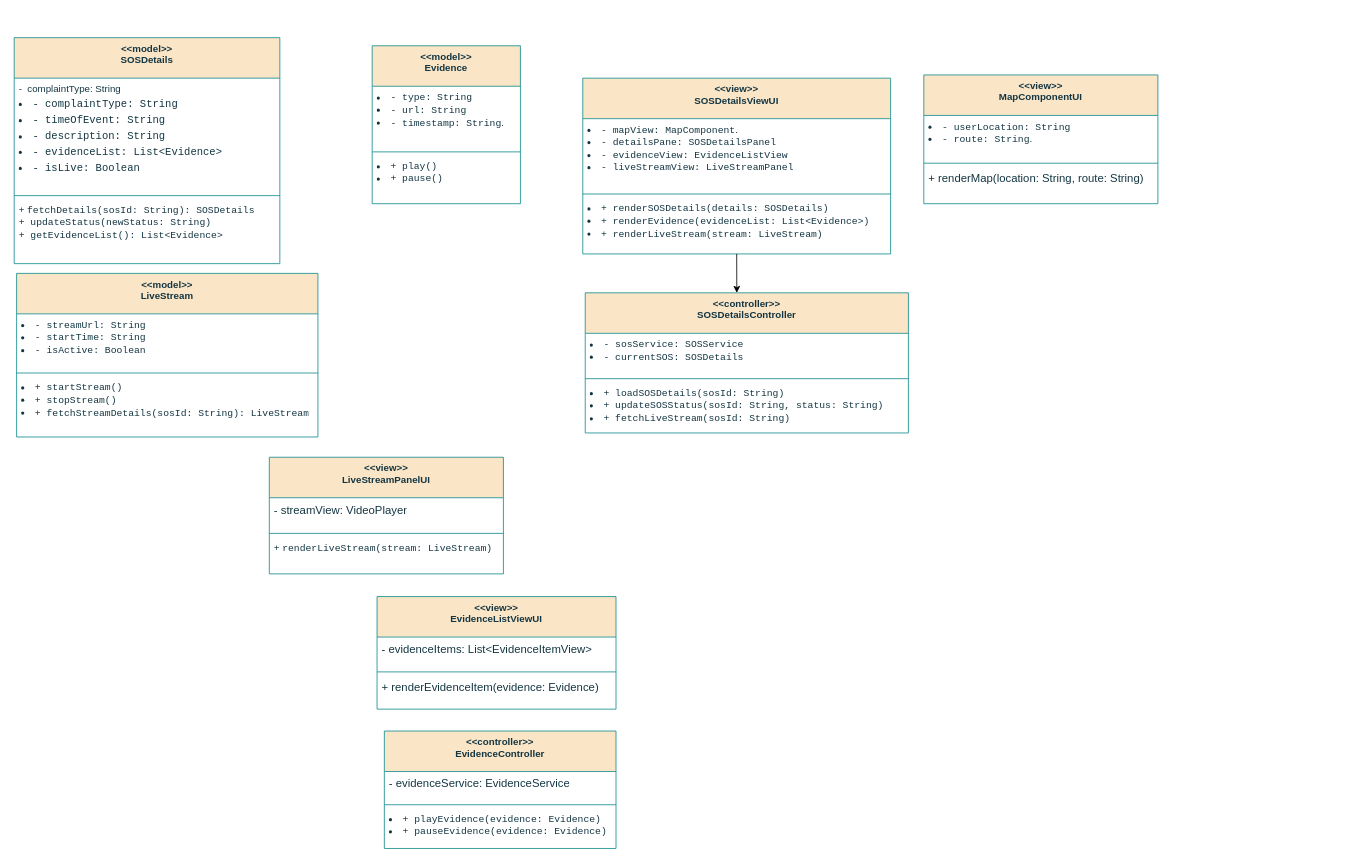
The draw.io diagram page "10. Agent View Details (Live)" (10 of 13) of Untitled Diagram.drawio in TH-014/CSE_326, before the edit. Source tidied: cells renumbered, new cells numbered last; positions are measured from the earlier drawing's top-left corner, leaving out a move shared by most shapes. Both pictures are drawn from the tidied source at 81%, with x=0, y=0 at pixel (14, 37).
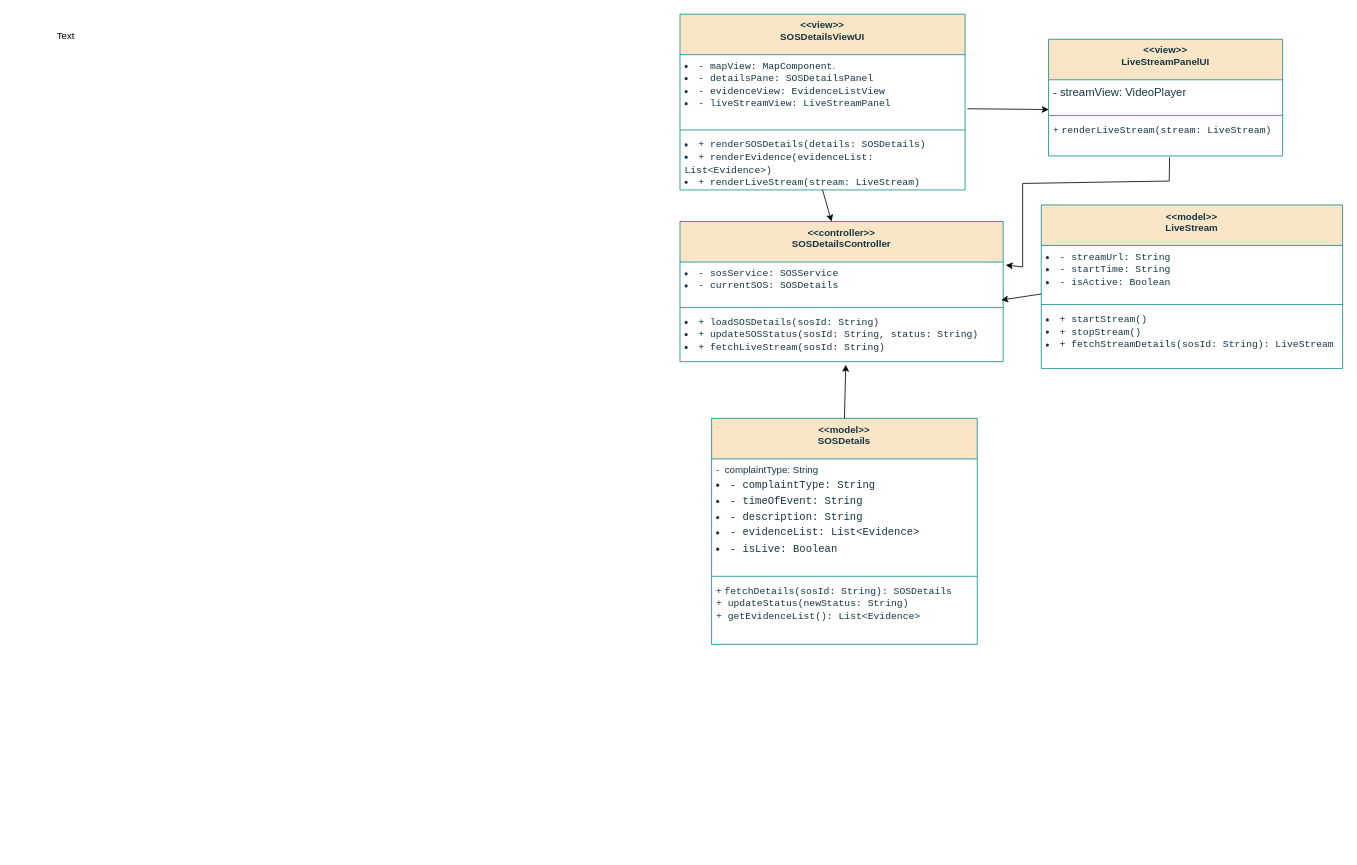
After the change.

The change refers to these unchanged cells:
```xml
<mxCell id="11" value="&lt;li&gt;&lt;code&gt;- streamUrl: String&lt;/code&gt;&lt;/li&gt;&lt;li&gt;&lt;code&gt;- startTime: String&lt;/code&gt;&lt;/li&gt;&lt;li&gt;&lt;code&gt;- isActive: Boolean&lt;/code&gt;&lt;/li&gt;" style="text;strokeColor=none;fillColor=none;align=left;verticalAlign=top;spacingLeft=4;spacingRight=4;overflow=hidden;points=[[0,0.5],[1,0.5]];portConstraint=eastwest;whiteSpace=wrap;html=1;fontColor=#143642;" parent="10" vertex="1">
  <mxGeometry y="50" width="372" height="69" as="geometry" />
</mxCell>
<mxCell id="23" value="&lt;font style=&quot;font-size: 14px;&quot;&gt;- streamView: VideoPlayer&lt;/font&gt;" style="text;strokeColor=none;fillColor=none;align=left;verticalAlign=top;spacingLeft=4;spacingRight=4;overflow=hidden;points=[[0,0.5],[1,0.5]];portConstraint=eastwest;whiteSpace=wrap;html=1;fontColor=#143642;" parent="22" vertex="1">
  <mxGeometry y="50" width="289" height="40" as="geometry" />
</mxCell>
<mxCell id="25" value="+ &lt;code&gt;renderLiveStream(stream: LiveStream)&lt;br&gt;&lt;/code&gt;" style="text;strokeColor=none;fillColor=none;align=left;verticalAlign=top;spacingLeft=4;spacingRight=4;overflow=hidden;points=[[0,0.5],[1,0.5]];portConstraint=eastwest;whiteSpace=wrap;html=1;fontColor=#143642;" parent="22" vertex="1">
  <mxGeometry y="98" width="289" height="46" as="geometry" />
</mxCell>
<mxCell id="27" value="&lt;li&gt;&lt;code&gt;- sosService: SOSService&lt;/code&gt;&lt;/li&gt;&lt;li&gt;&lt;code&gt;- currentSOS: SOSDetails&lt;/code&gt;&lt;/li&gt;" style="text;strokeColor=none;fillColor=none;align=left;verticalAlign=top;spacingLeft=4;spacingRight=4;overflow=hidden;points=[[0,0.5],[1,0.5]];portConstraint=eastwest;whiteSpace=wrap;html=1;fontColor=#143642;" parent="26" vertex="1">
  <mxGeometry y="50" width="399" height="52" as="geometry" />
</mxCell>
<mxCell id="29" value="&lt;li&gt;&lt;code&gt;+ loadSOSDetails(sosId: String)&lt;/code&gt;&lt;code&gt;&lt;/code&gt;&lt;/li&gt;&lt;li&gt;&lt;code&gt;+ updateSOSStatus(sosId: String, status: String)&lt;/code&gt;&lt;code&gt;&lt;/code&gt;&lt;/li&gt;&lt;li&gt;&lt;code&gt;+ fetchLiveStream(sosId: String)&lt;/code&gt;&lt;br&gt;&lt;/li&gt;" style="text;strokeColor=none;fillColor=none;align=left;verticalAlign=top;spacingLeft=4;spacingRight=4;overflow=hidden;points=[[0,0.5],[1,0.5]];portConstraint=eastwest;whiteSpace=wrap;html=1;fontColor=#143642;" parent="26" vertex="1">
  <mxGeometry y="110" width="399" height="63" as="geometry" />
</mxCell>
```

Change to the diagram source:
```diff
@@
     <mxCell id="2" value="&lt;div&gt;&amp;lt;&amp;lt;model&amp;gt;&amp;gt;&lt;/div&gt;&lt;div&gt;SOSDetails&lt;br&gt;&lt;/div&gt;" style="swimlane;fontStyle=1;align=center;verticalAlign=top;horizontal=1;startSize=50;whiteSpace=wrap;html=1;strokeColor=#0F8B8D;fontColor=#143642;fillColor=#FAE5C7;" parent="1" vertex="1">
-      <mxGeometry width="328" height="279" as="geometry" />
+      <mxGeometry x="861" y="470" width="328" height="279" as="geometry" />
     </mxCell>
@@
-    <mxCell id="6" value="&lt;div&gt;&amp;lt;&amp;lt;model&amp;gt;&amp;gt;&lt;/div&gt;&lt;div&gt;Evidence&lt;br&gt;&lt;/div&gt;" style="swimlane;fontStyle=1;align=center;verticalAlign=top;horizontal=1;startSize=50;whiteSpace=wrap;html=1;strokeColor=#0F8B8D;fontColor=#143642;fillColor=#FAE5C7;" parent="1" vertex="1">
-      <mxGeometry x="442" y="10" width="183" height="195" as="geometry" />
-    </mxCell>
-    <mxCell id="7" value="&lt;li&gt;&lt;code&gt;- type: String&lt;/code&gt;&lt;/li&gt;&lt;li&gt;&lt;code&gt;- url: String&lt;/code&gt;&lt;/li&gt;&lt;li&gt;&lt;code&gt;- timestamp: String&lt;/code&gt;.&lt;/li&gt;" style="text;strokeColor=none;fillColor=none;align=left;verticalAlign=top;spacingLeft=4;spacingRight=4;overflow=hidden;whiteSpace=wrap;html=1;fontColor=#143642;" parent="6" vertex="1">
-      <mxGeometry y="50" width="183" height="77" as="geometry" />
-    </mxCell>
-    <mxCell id="8" style="line;strokeWidth=1;fillColor=none;align=left;verticalAlign=middle;spacingTop=-1;spacingLeft=3;spacingRight=3;labelPosition=right;strokeColor=inherit;fontColor=#143642;" parent="6" vertex="1">
-      <mxGeometry y="127" width="183" height="8" as="geometry" />
-    </mxCell>
-    <mxCell id="9" value="&lt;li&gt;&lt;code&gt;+ play()&lt;/code&gt;&lt;/li&gt;&lt;li&gt;&lt;code&gt;+ pause()&lt;/code&gt;&lt;/li&gt;" style="text;strokeColor=none;fillColor=none;align=left;verticalAlign=top;spacingLeft=4;spacingRight=4;overflow=hidden;whiteSpace=wrap;html=1;fontColor=#143642;" parent="6" vertex="1">
-      <mxGeometry y="135" width="183" height="60" as="geometry" />
-    </mxCell>
     <mxCell id="10" value="&lt;div&gt;&amp;lt;&amp;lt;model&amp;gt;&amp;gt;&lt;/div&gt;&lt;div&gt; LiveStream&lt;/div&gt;" style="swimlane;fontStyle=1;align=center;verticalAlign=top;horizontal=1;startSize=50;whiteSpace=wrap;html=1;strokeColor=#0F8B8D;fontColor=#143642;fillColor=#FAE5C7;" parent="1" vertex="1">
-      <mxGeometry x="3" y="291" width="372" height="202" as="geometry" />
+      <mxGeometry x="1268" y="206.5" width="372" height="202" as="geometry" />
     </mxCell>
@@
     <mxCell id="14" value="&lt;div&gt;&amp;lt;&amp;lt;view&amp;gt;&amp;gt;&lt;/div&gt;&lt;div&gt; SOSDetailsViewUI&lt;/div&gt;" style="swimlane;fontStyle=1;align=center;verticalAlign=top;horizontal=1;startSize=50;whiteSpace=wrap;html=1;strokeColor=#0F8B8D;fontColor=#143642;fillColor=#FAE5C7;" parent="1" vertex="1">
-      <mxGeometry x="702" y="50" width="380" height="217" as="geometry" />
+      <mxGeometry x="822" y="-29" width="352" height="217" as="geometry" />
     </mxCell>
     <mxCell id="15" value="&lt;li&gt;&lt;code&gt;- mapView: MapComponent&lt;/code&gt;.&lt;/li&gt;&lt;li&gt;&lt;code&gt;- detailsPane: SOSDetailsPanel&lt;/code&gt;&lt;br&gt;&lt;/li&gt;&lt;li&gt;&lt;code&gt;- evidenceView: EvidenceListView&lt;/code&gt;&lt;br&gt;&lt;/li&gt;&lt;li&gt;&lt;code&gt;- liveStreamView: LiveStreamPanel&lt;/code&gt;&lt;br&gt;&lt;/li&gt;" style="text;strokeColor=none;fillColor=none;align=left;verticalAlign=top;spacingLeft=4;spacingRight=4;overflow=hidden;points=[[0,0.5],[1,0.5]];portConstraint=eastwest;whiteSpace=wrap;html=1;fontColor=#143642;" parent="14" vertex="1">
-      <mxGeometry y="50" width="380" height="89" as="geometry" />
+      <mxGeometry y="50" width="352" height="89" as="geometry" />
     </mxCell>
     <mxCell id="16" style="line;strokeWidth=1;fillColor=none;align=left;verticalAlign=middle;spacingTop=-1;spacingLeft=3;spacingRight=3;labelPosition=right;strokeColor=inherit;fontColor=#143642;" parent="14" vertex="1">
-      <mxGeometry y="139" width="380" height="8" as="geometry" />
+      <mxGeometry y="139" width="352" height="8" as="geometry" />
     </mxCell>
     <mxCell id="17" value="&lt;li&gt;&lt;code&gt;+ renderSOSDetails(details: SOSDetails)&lt;/code&gt;&lt;br&gt;&lt;/li&gt;&lt;li&gt;&lt;code&gt;+ renderEvidence(evidenceList: List&amp;lt;Evidence&amp;gt;)&lt;/code&gt;&lt;br&gt;&lt;/li&gt;&lt;li&gt;&lt;code&gt;+ renderLiveStream(stream: LiveStream)&lt;/code&gt;&lt;br&gt;&lt;/li&gt;" style="text;strokeColor=none;fillColor=none;align=left;verticalAlign=top;spacingLeft=4;spacingRight=4;overflow=hidden;whiteSpace=wrap;html=1;fontColor=#143642;" parent="14" vertex="1">
-      <mxGeometry y="147" width="380" height="70" as="geometry" />
+      <mxGeometry y="147" width="352" height="70" as="geometry" />
     </mxCell>
-    <mxCell id="18" value="&lt;div&gt;&amp;lt;&amp;lt;view&amp;gt;&amp;gt;&lt;/div&gt;&lt;div&gt;MapComponentUI&lt;/div&gt;" style="swimlane;fontStyle=1;align=center;verticalAlign=top;horizontal=1;startSize=50;whiteSpace=wrap;html=1;strokeColor=#0F8B8D;fontColor=#143642;fillColor=#FAE5C7;" parent="1" vertex="1">
-      <mxGeometry x="1123" y="46" width="289" height="159" as="geometry" />
-    </mxCell>
-    <mxCell id="19" value="&lt;li&gt;&lt;code&gt;- userLocation: String&lt;/code&gt;&lt;/li&gt;&lt;li&gt;&lt;code&gt;- route: String&lt;/code&gt;.&lt;/li&gt;" style="text;strokeColor=none;fillColor=none;align=left;verticalAlign=top;spacingLeft=4;spacingRight=4;overflow=hidden;whiteSpace=wrap;html=1;fontColor=#143642;" parent="18" vertex="1">
-      <mxGeometry y="50" width="289" height="55" as="geometry" />
-    </mxCell>
-    <mxCell id="20" style="line;strokeWidth=1;fillColor=none;align=left;verticalAlign=middle;spacingTop=-1;spacingLeft=3;spacingRight=3;labelPosition=right;strokeColor=inherit;fontColor=#143642;" parent="18" vertex="1">
-      <mxGeometry y="105" width="289" height="8" as="geometry" />
-    </mxCell>
-    <mxCell id="21" value="&lt;font style=&quot;font-size: 14px;&quot;&gt;+ renderMap(location: String, route: String)&lt;/font&gt;" style="text;strokeColor=none;fillColor=none;align=left;verticalAlign=top;spacingLeft=4;spacingRight=4;overflow=hidden;whiteSpace=wrap;html=1;fontColor=#143642;" parent="18" vertex="1">
-      <mxGeometry y="113" width="289" height="46" as="geometry" />
-    </mxCell>
     <mxCell id="22" value="&lt;div&gt;&amp;lt;&amp;lt;view&amp;gt;&amp;gt;&lt;/div&gt;&lt;div&gt;LiveStreamPanelUI&lt;/div&gt;" style="swimlane;fontStyle=1;align=center;verticalAlign=top;horizontal=1;startSize=50;whiteSpace=wrap;html=1;strokeColor=#0F8B8D;fontColor=#143642;fillColor=#FAE5C7;" parent="1" vertex="1">
-      <mxGeometry x="315" y="518" width="289" height="144" as="geometry" />
+      <mxGeometry x="1277" y="2" width="289" height="144" as="geometry" />
     </mxCell>
@@
     <mxCell id="26" value="&lt;div&gt;&amp;lt;&amp;lt;controller&amp;gt;&amp;gt;&lt;/div&gt;&lt;div&gt;SOSDetailsController&lt;/div&gt;" style="swimlane;fontStyle=1;align=center;verticalAlign=top;horizontal=1;startSize=50;whiteSpace=wrap;html=1;strokeColor=#0F8B8D;fontColor=#143642;fillColor=#FAE5C7;" parent="1" vertex="1">
-      <mxGeometry x="705" y="315" width="399" height="173" as="geometry" />
+      <mxGeometry x="822" y="227" width="399" height="173" as="geometry" />
     </mxCell>
@@
-    <mxCell id="30" value="&lt;div&gt;&amp;lt;&amp;lt;controller&amp;gt;&amp;gt;&lt;/div&gt;&lt;div&gt; EvidenceController&lt;/div&gt;" style="swimlane;fontStyle=1;align=center;verticalAlign=top;horizontal=1;startSize=50;whiteSpace=wrap;html=1;strokeColor=#0F8B8D;fontColor=#143642;fillColor=#FAE5C7;" parent="1" vertex="1">
-      <mxGeometry x="457" y="856" width="286" height="145" as="geometry" />
-    </mxCell>
-    <mxCell id="31" value="&lt;font style=&quot;font-size: 14px;&quot;&gt;- evidenceService: EvidenceService&lt;/font&gt;" style="text;strokeColor=none;fillColor=none;align=left;verticalAlign=top;spacingLeft=4;spacingRight=4;overflow=hidden;whiteSpace=wrap;html=1;fontColor=#143642;" parent="30" vertex="1">
-      <mxGeometry y="50" width="286" height="37" as="geometry" />
-    </mxCell>
-    <mxCell id="32" style="line;strokeWidth=1;fillColor=none;align=left;verticalAlign=middle;spacingTop=-1;spacingLeft=3;spacingRight=3;labelPosition=right;strokeColor=inherit;fontColor=#143642;" parent="30" vertex="1">
-      <mxGeometry y="87" width="286" height="8" as="geometry" />
-    </mxCell>
-    <mxCell id="33" value="&lt;li&gt;&lt;code&gt;+ playEvidence(evidence: Evidence)&lt;/code&gt;&lt;br&gt;&lt;/li&gt;&lt;li&gt;&lt;code&gt;+ pauseEvidence(evidence: Evidence)&lt;/code&gt;&lt;/li&gt;" style="text;strokeColor=none;fillColor=none;align=left;verticalAlign=top;spacingLeft=4;spacingRight=4;overflow=hidden;whiteSpace=wrap;html=1;fontColor=#143642;" parent="30" vertex="1">
-      <mxGeometry y="95" width="286" height="50" as="geometry" />
-    </mxCell>
-    <mxCell id="34" value="&lt;div&gt;&amp;lt;&amp;lt;view&amp;gt;&amp;gt;&lt;/div&gt;&lt;div&gt;EvidenceListViewUI&lt;/div&gt;" style="swimlane;fontStyle=1;align=center;verticalAlign=top;horizontal=1;startSize=50;whiteSpace=wrap;html=1;strokeColor=#0F8B8D;fontColor=#143642;fillColor=#FAE5C7;" parent="1" vertex="1">
-      <mxGeometry x="448" y="690" width="295" height="139" as="geometry" />
-    </mxCell>
-    <mxCell id="35" value="&lt;font style=&quot;font-size: 14px;&quot;&gt;- evidenceItems: List&amp;lt;EvidenceItemView&amp;gt;&lt;/font&gt;" style="text;strokeColor=none;fillColor=none;align=left;verticalAlign=top;spacingLeft=4;spacingRight=4;overflow=hidden;whiteSpace=wrap;html=1;fontColor=#143642;" parent="34" vertex="1">
-      <mxGeometry y="50" width="295" height="39" as="geometry" />
-    </mxCell>
-    <mxCell id="36" style="line;strokeWidth=1;fillColor=none;align=left;verticalAlign=middle;spacingTop=-1;spacingLeft=3;spacingRight=3;labelPosition=right;strokeColor=inherit;fontColor=#143642;" parent="34" vertex="1">
-      <mxGeometry y="89" width="295" height="8" as="geometry" />
-    </mxCell>
-    <mxCell id="37" value="&lt;font style=&quot;font-size: 14px;&quot;&gt;+ renderEvidenceItem(evidence: Evidence)&lt;/font&gt;" style="text;strokeColor=none;fillColor=none;align=left;verticalAlign=top;spacingLeft=4;spacingRight=4;overflow=hidden;whiteSpace=wrap;html=1;fontColor=#143642;" parent="34" vertex="1">
-      <mxGeometry y="97" width="295" height="42" as="geometry" />
-    </mxCell>
@@
+    <mxCell id="39" value="Text" style="text;html=1;align=center;verticalAlign=middle;whiteSpace=wrap;rounded=0;" parent="1" vertex="1">
+      <mxGeometry x="34" y="-17" width="60" height="30" as="geometry" />
+    </mxCell>
+    <mxCell id="40" style="endArrow=classic;html=1;rounded=0;exitX=1.008;exitY=0.75;exitDx=0;exitDy=0;exitPerimeter=0;entryX=0.001;entryY=0.918;entryDx=0;entryDy=0;entryPerimeter=0;" parent="1" edge="1" source="15" target="23">
+      <mxGeometry relative="1" as="geometry" />
+    </mxCell>
+    <mxCell id="41" style="endArrow=classic;html=1;rounded=0;exitX=0;exitY=0.869;exitDx=0;exitDy=0;exitPerimeter=0;entryX=0.994;entryY=0.902;entryDx=0;entryDy=0;entryPerimeter=0;" parent="1" edge="1" source="11" target="27">
+      <mxGeometry relative="1" as="geometry" />
+    </mxCell>
+    <mxCell id="42" style="endArrow=classic;html=1;rounded=0;exitX=0.517;exitY=1.039;exitDx=0;exitDy=0;exitPerimeter=0;entryX=1.008;entryY=0.072;entryDx=0;entryDy=0;entryPerimeter=0;" parent="1" edge="1" source="25" target="27">
+      <mxGeometry relative="1" as="geometry">
+        <Array as="points">
+          <mxPoint x="1426" y="177" />
+          <mxPoint x="1245" y="180" />
+          <mxPoint x="1245" y="283" />
+        </Array>
+      </mxGeometry>
+    </mxCell>
+    <mxCell id="43" style="endArrow=classic;html=1;rounded=0;entryX=0.513;entryY=1.06;entryDx=0;entryDy=0;entryPerimeter=0;exitX=0.5;exitY=0;exitDx=0;exitDy=0;" parent="1" edge="1" source="2" target="29">
+      <mxGeometry relative="1" as="geometry" />
+    </mxCell>
```
